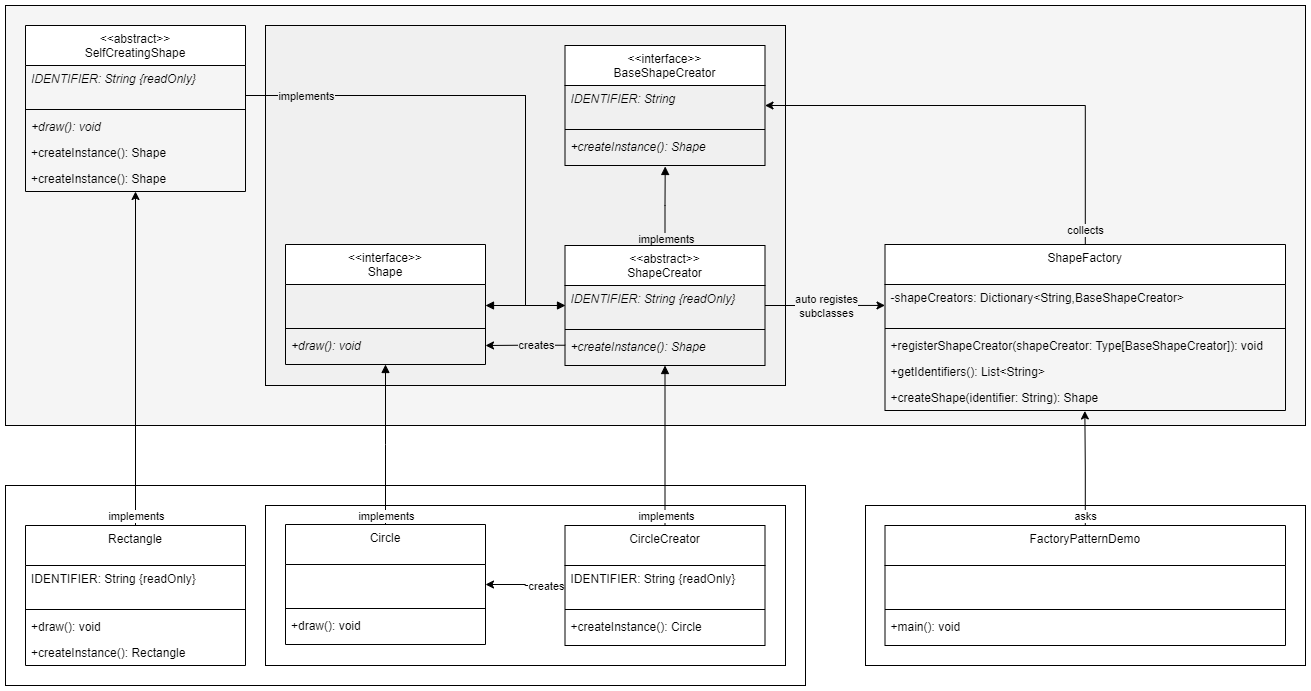
Earlier version of the draw.io export doc/registerable-factory-pattern.png (Niwo1403/registerable-factory-pattern). Source tidied: cells renumbered, new cells last; positions are measured from the earlier drawing's top-left corner, leaving out a move shared by most shapes.
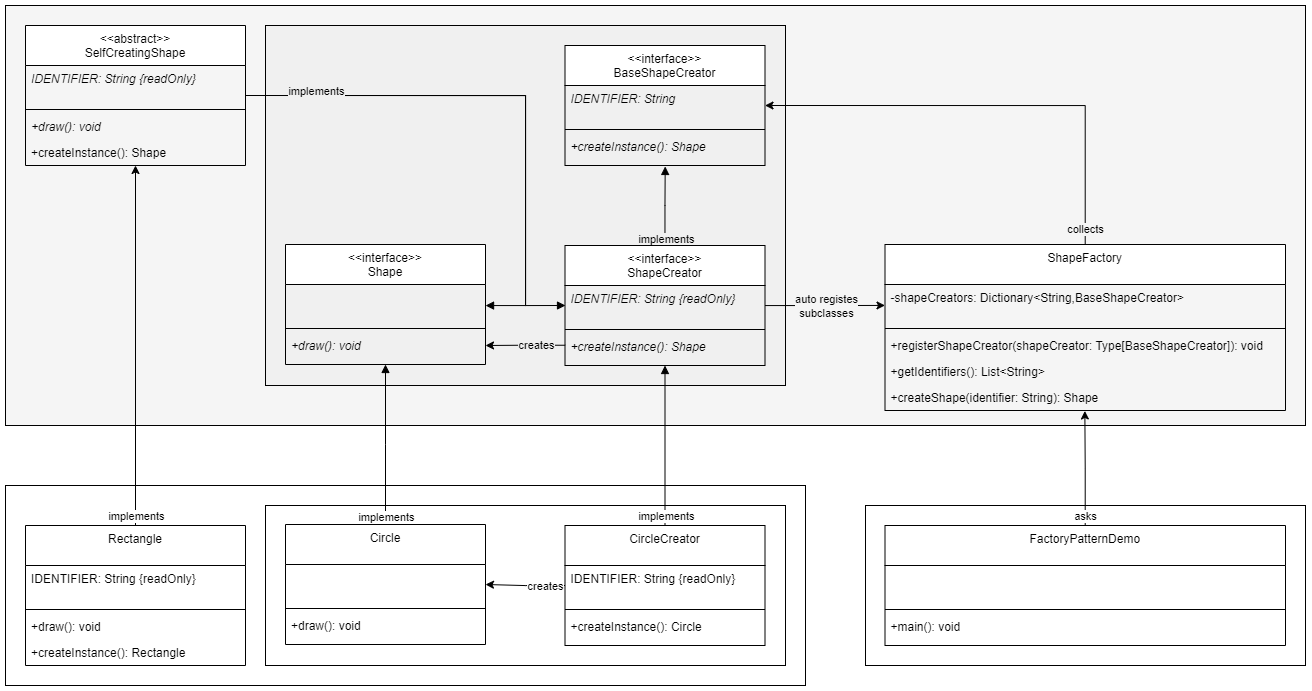
After the change.

Commit message:
Adjusted import and diagram.

What changed in the source:
```diff
@@ -127,7 +127,7 @@
         <mxPoint x="35" as="offset" />
       </mxGeometry>
     </mxCell>
-    <mxCell id="41" value="&lt;&lt;abstract&gt;&gt;&#10;ShapeCreator" style="swimlane;fontStyle=0;align=center;verticalAlign=top;horizontal=1;startSize=40;rounded=0;shadow=0;strokeWidth=1;labelBackgroundColor=none;" parent="1" vertex="1">
+    <mxCell id="41" value="&lt;&lt;interface&gt;&gt;&#10;ShapeCreator" style="swimlane;fontStyle=0;align=center;verticalAlign=top;horizontal=1;startSize=40;rounded=0;shadow=0;strokeWidth=1;labelBackgroundColor=none;" parent="1" vertex="1">
       <mxGeometry x="559.5" y="240" width="200" height="120" as="geometry" />
     </mxCell>
     <mxCell id="42" value="IDENTIFIER: String {readOnly}" style="text;align=left;verticalAlign=top;spacingLeft=4;spacingRight=4;overflow=hidden;fontStyle=2;labelBackgroundColor=none;" parent="41" vertex="1">
@@ -164,7 +164,7 @@
       </mxGeometry>
     </mxCell>
     <mxCell id="48" value="&lt;&lt;abstract&gt;&gt;&#10;SelfCreatingShape" style="swimlane;fontStyle=0;align=center;verticalAlign=top;horizontal=1;startSize=40;rounded=0;shadow=0;strokeWidth=1;labelBackgroundColor=none;" parent="1" vertex="1">
-      <mxGeometry x="20" y="20" width="220" height="166" as="geometry" />
+      <mxGeometry x="20" y="20" width="220" height="140" as="geometry" />
     </mxCell>
     <mxCell id="49" value="IDENTIFIER: String {readOnly}" style="text;align=left;verticalAlign=top;spacingLeft=4;spacingRight=4;overflow=hidden;fontStyle=2;labelBackgroundColor=none;" parent="48" vertex="1">
       <mxGeometry y="40" width="220" height="40" as="geometry" />
@@ -178,9 +178,6 @@
     <mxCell id="52" value="+createInstance(): Shape" style="text;align=left;verticalAlign=top;spacingLeft=4;spacingRight=4;overflow=hidden;labelBackgroundColor=none;" parent="48" vertex="1">
       <mxGeometry y="114" width="220" height="26" as="geometry" />
     </mxCell>
-    <mxCell id="53" value="+createInstance(): Shape" style="text;align=left;verticalAlign=top;spacingLeft=4;spacingRight=4;overflow=hidden;labelBackgroundColor=none;" parent="48" vertex="1">
-      <mxGeometry y="140" width="220" height="26" as="geometry" />
-    </mxCell>
     <mxCell id="54" style="edgeStyle=orthogonalEdgeStyle;rounded=0;jettySize=auto;html=1;labelBackgroundColor=none;fontColor=default;exitX=0.5;exitY=0;exitDx=0;exitDy=0;entryX=0.5;entryY=1;entryDx=0;entryDy=0;" parent="1" edge="1" source="56" target="48">
       <mxGeometry relative="1" as="geometry" />
     </mxCell>
```
